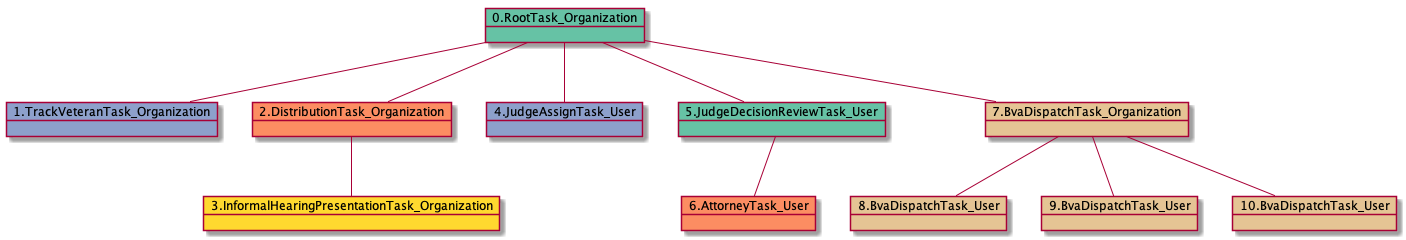
This is docs-DR/uml/RTO.TVTO-34538.png from yoomlam/graphing, a PlantUML export, as it was before one commit.
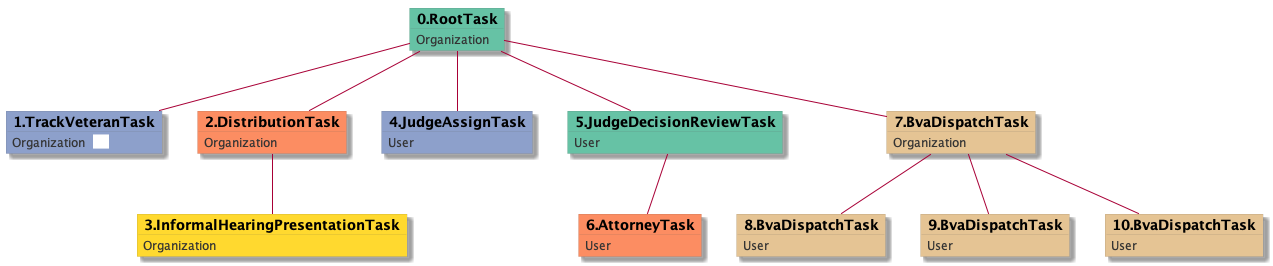
The same file after the commit.

The edit, as a diff of the source:
```diff
@@ -1,23 +1,53 @@
 @startuml
-object 0.RootTask_Organization #66c2a5
-object 1.TrackVeteranTask_Organization #8da0cb
-object 2.DistributionTask_Organization #fc8d62
-object 3.InformalHearingPresentationTask_Organization #ffd92f
-object 4.JudgeAssignTask_User #8da0cb
-object 5.JudgeDecisionReviewTask_User #66c2a5
-object 6.AttorneyTask_User #fc8d62
-object 7.BvaDispatchTask_Organization #e5c494
-object 8.BvaDispatchTask_User #e5c494
-object 9.BvaDispatchTask_User #e5c494
-object 10.BvaDispatchTask_User #e5c494
-0.RootTask_Organization -- 1.TrackVeteranTask_Organization
-0.RootTask_Organization -- 2.DistributionTask_Organization
-2.DistributionTask_Organization -- 3.InformalHearingPresentationTask_Organization
-0.RootTask_Organization -- 4.JudgeAssignTask_User
-0.RootTask_Organization -- 5.JudgeDecisionReviewTask_User
-5.JudgeDecisionReviewTask_User -- 6.AttorneyTask_User
-0.RootTask_Organization -- 7.BvaDispatchTask_Organization
-7.BvaDispatchTask_Organization -- 8.BvaDispatchTask_User
-7.BvaDispatchTask_Organization -- 9.BvaDispatchTask_User
-7.BvaDispatchTask_Organization -- 10.BvaDispatchTask_User
+skinparam {
+  ObjectBorderColor #555
+  ObjectBorderThickness 0
+  ObjectFontStyle bold
+  ObjectFontSize 14
+  ObjectAttributeFontColor #333
+  ObjectAttributeFontSize 12
+}
+  object 0.RootTask #66c2a5 {
+Organization
+}
+  object 1.TrackVeteranTask #8da0cb {
+Organization  <back:white>    </back>
+}
+  object 2.DistributionTask #fc8d62 {
+Organization
+}
+  object 3.InformalHearingPresentationTask #ffd92f {
+Organization
+}
+  object 4.JudgeAssignTask #8da0cb {
+User
+}
+  object 5.JudgeDecisionReviewTask #66c2a5 {
+User
+}
+  object 6.AttorneyTask #fc8d62 {
+User
+}
+  object 7.BvaDispatchTask #e5c494 {
+Organization
+}
+  object 8.BvaDispatchTask #e5c494 {
+User
+}
+  object 9.BvaDispatchTask #e5c494 {
+User
+}
+  object 10.BvaDispatchTask #e5c494 {
+User
+}
+0.RootTask -- 1.TrackVeteranTask
+0.RootTask -- 2.DistributionTask
+2.DistributionTask -- 3.InformalHearingPresentationTask
+0.RootTask -- 4.JudgeAssignTask
+0.RootTask -- 5.JudgeDecisionReviewTask
+5.JudgeDecisionReviewTask -- 6.AttorneyTask
+0.RootTask -- 7.BvaDispatchTask
+7.BvaDispatchTask -- 8.BvaDispatchTask
+7.BvaDispatchTask -- 9.BvaDispatchTask
+7.BvaDispatchTask -- 10.BvaDispatchTask
 @enduml
```
